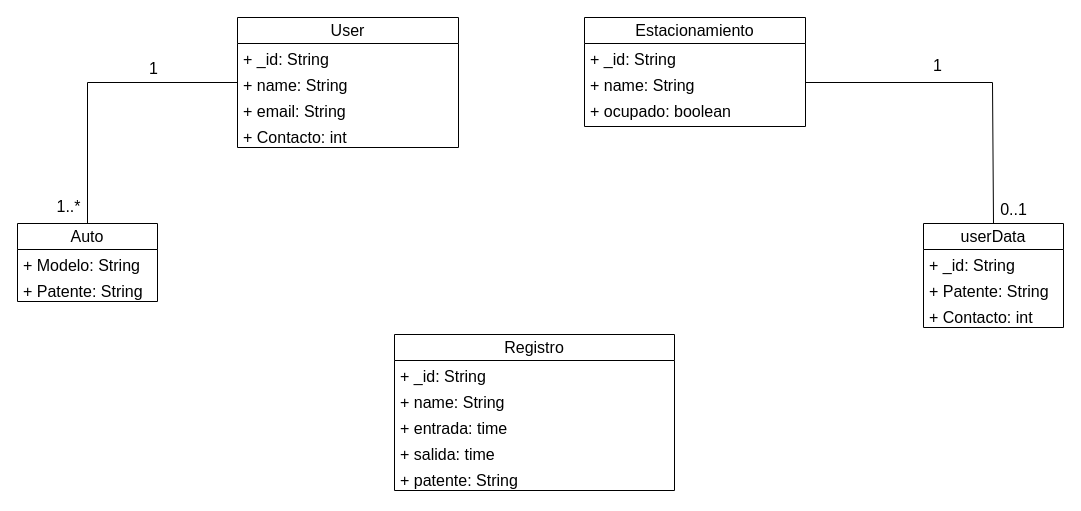
This is Diagramas/NoSQL.drawio from MrRevillod/SmartParking, a draw.io file, before an edit. Source tidied: cells renumbered, new cells numbered last; positions are measured from the earlier drawing's top-left corner, leaving out a move shared by most shapes. Both pictures are drawn from the tidied source at 100%, with x=0, y=0 at pixel (17, 17).
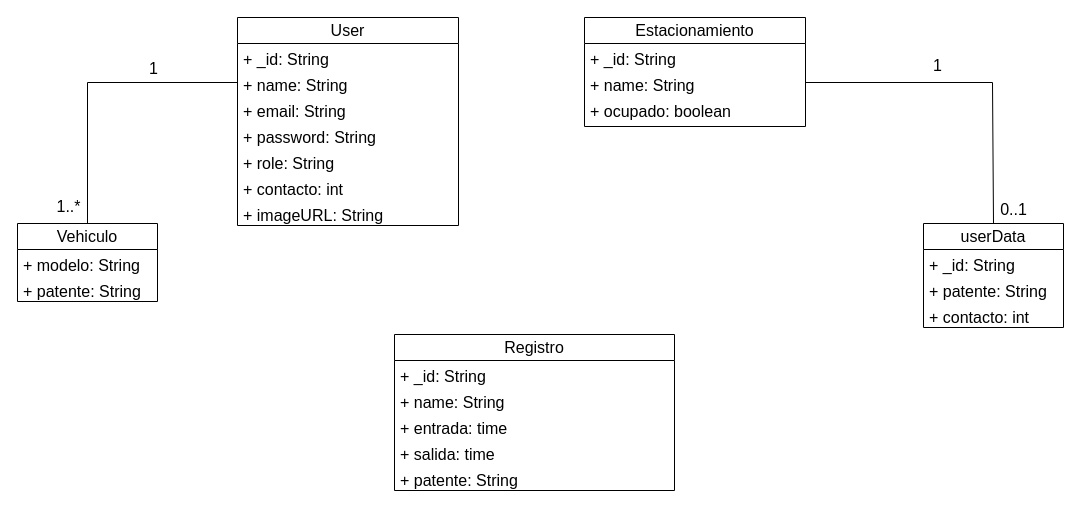
Above is the later version.

The change refers to these unchanged cells:
```xml
<mxCell id="14" value="userData" style="swimlane;fontStyle=0;horizontal=1;startSize=26;fillColor=none;whiteSpace=wrap;html=1;fontSize=16;" parent="1" vertex="1">
  <mxGeometry x="906" y="206" width="140" height="104" as="geometry" />
</mxCell>
```

Change to the diagram source:
```diff
@@
     <mxCell id="6" value="User" style="swimlane;fontStyle=0;horizontal=1;startSize=26;fillColor=none;whiteSpace=wrap;html=1;fontSize=16;" parent="1" vertex="1">
-      <mxGeometry x="220" width="221" height="130" as="geometry" />
+      <mxGeometry x="220" width="221" height="208" as="geometry" />
     </mxCell>
@@
-    <mxCell id="10" value="+ Contacto: int" style="text;strokeColor=none;fillColor=none;align=left;verticalAlign=top;spacingLeft=4;spacingRight=4;overflow=hidden;whiteSpace=wrap;html=1;fontSize=16;" parent="6" vertex="1">
+    <mxCell id="10" value="+ password: String" style="text;strokeColor=none;fillColor=none;align=left;verticalAlign=top;spacingLeft=4;spacingRight=4;overflow=hidden;whiteSpace=wrap;html=1;fontSize=16;" parent="6" vertex="1">
       <mxGeometry y="104" width="221" height="26" as="geometry" />
     </mxCell>
+    <mxCell id="30" value="+ role: String" style="text;strokeColor=none;fillColor=none;align=left;verticalAlign=top;spacingLeft=4;spacingRight=4;overflow=hidden;whiteSpace=wrap;html=1;fontSize=16;" parent="6" vertex="1">
+      <mxGeometry y="130" width="221" height="26" as="geometry" />
+    </mxCell>
+    <mxCell id="31" value="+ contacto: int" style="text;strokeColor=none;fillColor=none;align=left;verticalAlign=top;spacingLeft=4;spacingRight=4;overflow=hidden;whiteSpace=wrap;html=1;fontSize=16;" parent="6" vertex="1">
+      <mxGeometry y="156" width="221" height="26" as="geometry" />
+    </mxCell>
+    <mxCell id="32" value="+ imageURL: String" style="text;strokeColor=none;fillColor=none;align=left;verticalAlign=top;spacingLeft=4;spacingRight=4;overflow=hidden;whiteSpace=wrap;html=1;fontSize=16;" parent="6" vertex="1">
+      <mxGeometry y="182" width="221" height="26" as="geometry" />
+    </mxCell>
-    <mxCell id="11" value="Auto" style="swimlane;fontStyle=0;horizontal=1;startSize=26;fillColor=none;whiteSpace=wrap;html=1;fontSize=16;" parent="1" vertex="1">
+    <mxCell id="11" value="Vehiculo" style="swimlane;fontStyle=0;horizontal=1;startSize=26;fillColor=none;whiteSpace=wrap;html=1;fontSize=16;" parent="1" vertex="1">
       <mxGeometry y="206" width="140" height="78" as="geometry" />
     </mxCell>
-    <mxCell id="12" value="+ Modelo: String&amp;nbsp;" style="text;strokeColor=none;fillColor=none;align=left;verticalAlign=top;spacingLeft=4;spacingRight=4;overflow=hidden;whiteSpace=wrap;html=1;fontSize=16;" parent="11" vertex="1">
+    <mxCell id="12" value="+ modelo: String&amp;nbsp;" style="text;strokeColor=none;fillColor=none;align=left;verticalAlign=top;spacingLeft=4;spacingRight=4;overflow=hidden;whiteSpace=wrap;html=1;fontSize=16;" parent="11" vertex="1">
       <mxGeometry y="26" width="140" height="26" as="geometry" />
     </mxCell>
-    <mxCell id="13" value="+ Patente: String" style="text;strokeColor=none;fillColor=none;align=left;verticalAlign=top;spacingLeft=4;spacingRight=4;overflow=hidden;whiteSpace=wrap;html=1;fontSize=16;" parent="11" vertex="1">
+    <mxCell id="13" value="+ patente: String" style="text;strokeColor=none;fillColor=none;align=left;verticalAlign=top;spacingLeft=4;spacingRight=4;overflow=hidden;whiteSpace=wrap;html=1;fontSize=16;" parent="11" vertex="1">
       <mxGeometry y="52" width="140" height="26" as="geometry" />
     </mxCell>
@@
-    <mxCell id="16" value="+ Patente: String" style="text;strokeColor=none;fillColor=none;align=left;verticalAlign=top;spacingLeft=4;spacingRight=4;overflow=hidden;whiteSpace=wrap;html=1;fontSize=16;" parent="14" vertex="1">
+    <mxCell id="16" value="+ patente: String" style="text;strokeColor=none;fillColor=none;align=left;verticalAlign=top;spacingLeft=4;spacingRight=4;overflow=hidden;whiteSpace=wrap;html=1;fontSize=16;" parent="14" vertex="1">
       <mxGeometry y="52" width="140" height="26" as="geometry" />
     </mxCell>
-    <mxCell id="17" value="+ Contacto: int&amp;nbsp;" style="text;strokeColor=none;fillColor=none;align=left;verticalAlign=top;spacingLeft=4;spacingRight=4;overflow=hidden;whiteSpace=wrap;html=1;fontSize=16;" parent="14" vertex="1">
+    <mxCell id="17" value="+ contacto: int&amp;nbsp;" style="text;strokeColor=none;fillColor=none;align=left;verticalAlign=top;spacingLeft=4;spacingRight=4;overflow=hidden;whiteSpace=wrap;html=1;fontSize=16;" parent="14" vertex="1">
       <mxGeometry y="78" width="140" height="26" as="geometry" />
     </mxCell>
```
